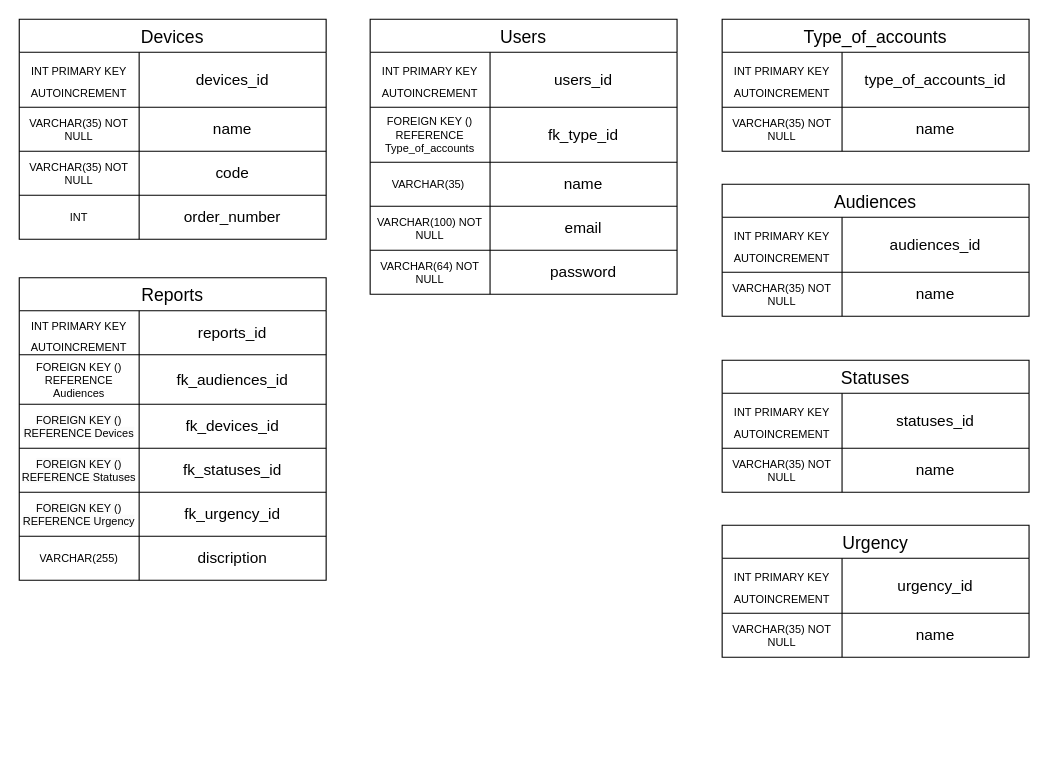
Above: db.drawio in Probe1st/sielom-reporter (draw.io), before the change. Source tidied: cells renumbered, new cells numbered last; positions are measured from the earlier drawing's top-left corner, leaving out a move shared by most shapes. Both pictures are drawn from the tidied source at 110%, with x=0, y=0 at pixel (19, 19).
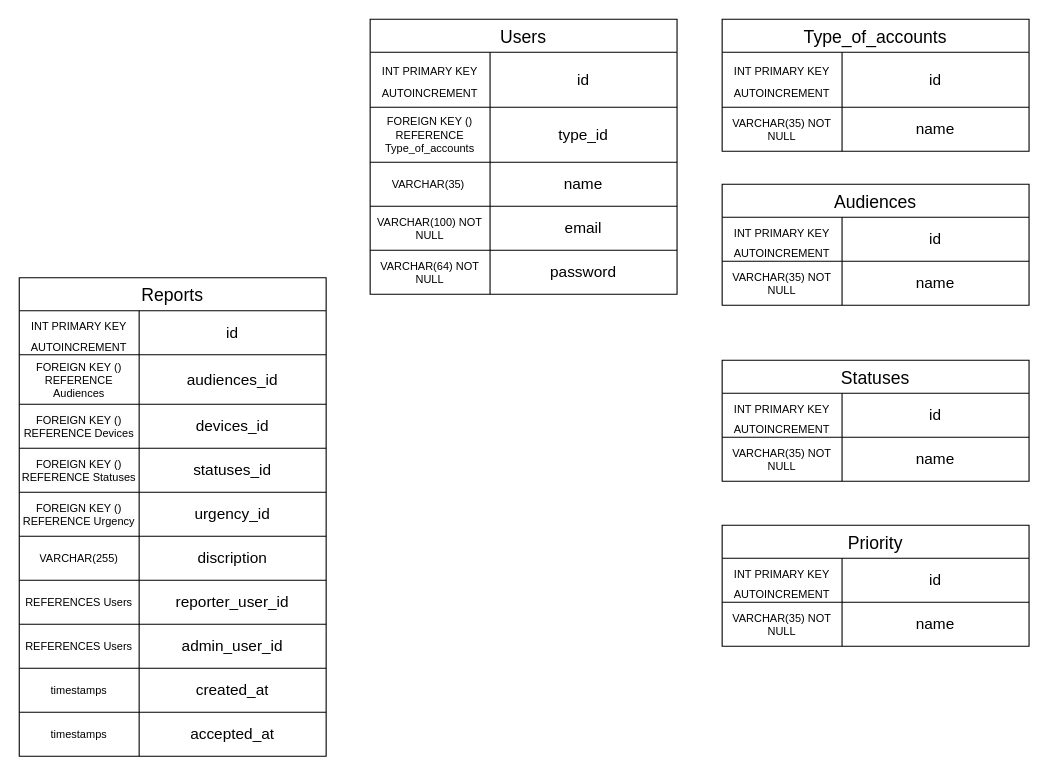
Above is the later version.

Unchanged cells that the change refers to:
```xml
<mxCell id="3" style="shape=tableRow;horizontal=0;startSize=0;swimlaneHead=0;swimlaneBody=0;strokeColor=inherit;top=0;left=0;bottom=0;right=0;fillColor=none;fontSize=16;" parent="2" vertex="1">
  <mxGeometry y="30" width="279" height="50" as="geometry" />
</mxCell>
<mxCell id="6" style="shape=tableRow;horizontal=0;startSize=0;swimlaneHead=0;swimlaneBody=0;strokeColor=inherit;top=0;left=0;bottom=0;right=0;fillColor=none;fontSize=16;" parent="2" vertex="1">
  <mxGeometry y="80" width="279" height="50" as="geometry" />
</mxCell>
<mxCell id="19" style="shape=tableRow;horizontal=0;startSize=0;swimlaneHead=0;swimlaneBody=0;strokeColor=inherit;top=0;left=0;bottom=0;right=0;fillColor=none;fontSize=16;" parent="18" vertex="1">
  <mxGeometry y="30" width="279" height="50" as="geometry" />
</mxCell>
<mxCell id="47" style="shape=tableRow;horizontal=0;startSize=0;swimlaneHead=0;swimlaneBody=0;strokeColor=inherit;top=0;left=0;bottom=0;right=0;fillColor=none;fontSize=16;" parent="46" vertex="1">
  <mxGeometry y="30" width="279" height="40" as="geometry" />
</mxCell>
<mxCell id="50" style="shape=tableRow;horizontal=0;startSize=0;swimlaneHead=0;swimlaneBody=0;strokeColor=inherit;top=0;left=0;bottom=0;right=0;fillColor=none;fontSize=16;" parent="46" vertex="1">
  <mxGeometry y="70" width="279" height="45" as="geometry" />
</mxCell>
<mxCell id="53" style="shape=tableRow;horizontal=0;startSize=0;swimlaneHead=0;swimlaneBody=0;strokeColor=inherit;top=0;left=0;bottom=0;right=0;fillColor=none;fontSize=16;" parent="46" vertex="1">
  <mxGeometry y="115" width="279" height="40" as="geometry" />
</mxCell>
<mxCell id="56" style="shape=tableRow;horizontal=0;startSize=0;swimlaneHead=0;swimlaneBody=0;strokeColor=inherit;top=0;left=0;bottom=0;right=0;fillColor=none;fontSize=16;" parent="46" vertex="1">
  <mxGeometry y="155" width="279" height="40" as="geometry" />
</mxCell>
<mxCell id="59" style="shape=tableRow;horizontal=0;startSize=0;swimlaneHead=0;swimlaneBody=0;strokeColor=inherit;top=0;left=0;bottom=0;right=0;fillColor=none;fontSize=16;" parent="46" vertex="1">
  <mxGeometry y="195" width="279" height="40" as="geometry" />
</mxCell>
```

Diff of the diagram source:
```diff
@@
-    <mxCell id="5" value="&lt;font style=&quot;font-size: 14px;&quot;&gt;users_id&lt;/font&gt;" style="shape=partialRectangle;html=1;whiteSpace=wrap;strokeColor=inherit;overflow=hidden;fillColor=none;top=0;left=0;bottom=0;right=0;fontSize=14;" parent="3" vertex="1">
+    <mxCell id="5" value="&lt;font style=&quot;font-size: 14px;&quot;&gt;id&lt;/font&gt;" style="shape=partialRectangle;html=1;whiteSpace=wrap;strokeColor=inherit;overflow=hidden;fillColor=none;top=0;left=0;bottom=0;right=0;fontSize=14;" parent="3" vertex="1">
       <mxGeometry x="109" width="170" height="50" as="geometry" />
     </mxCell>
@@
-    <mxCell id="8" value="fk_type_id" style="shape=partialRectangle;html=1;whiteSpace=wrap;strokeColor=inherit;overflow=hidden;fillColor=none;top=0;left=0;bottom=0;right=0;fontSize=14;" parent="6" vertex="1">
+    <mxCell id="8" value="type_id" style="shape=partialRectangle;html=1;whiteSpace=wrap;strokeColor=inherit;overflow=hidden;fillColor=none;top=0;left=0;bottom=0;right=0;fontSize=14;" parent="6" vertex="1">
       <mxGeometry x="109" width="170" height="50" as="geometry" />
     </mxCell>
@@
-    <mxCell id="21" value="&lt;font style=&quot;font-size: 14px;&quot;&gt;type_of_accounts_id&lt;/font&gt;" style="shape=partialRectangle;html=1;whiteSpace=wrap;strokeColor=inherit;overflow=hidden;fillColor=none;top=0;left=0;bottom=0;right=0;fontSize=14;" parent="19" vertex="1">
+    <mxCell id="21" value="&lt;font style=&quot;font-size: 14px;&quot;&gt;id&lt;/font&gt;" style="shape=partialRectangle;html=1;whiteSpace=wrap;strokeColor=inherit;overflow=hidden;fillColor=none;top=0;left=0;bottom=0;right=0;fontSize=14;" parent="19" vertex="1">
       <mxGeometry x="109" width="170" height="50" as="geometry" />
     </mxCell>
@@
     <mxCell id="25" value="Audiences" style="shape=table;startSize=30;childLayout=tableLayout;strokeColor=default;fontSize=16;" parent="1" vertex="1">
-      <mxGeometry x="639" y="150" width="279" height="120" as="geometry" />
+      <mxGeometry x="639" y="150" width="279" height="110" as="geometry" />
     </mxCell>
     <mxCell id="26" style="shape=tableRow;horizontal=0;startSize=0;swimlaneHead=0;swimlaneBody=0;strokeColor=inherit;top=0;left=0;bottom=0;right=0;fillColor=none;fontSize=16;" parent="25" vertex="1">
-      <mxGeometry y="30" width="279" height="50" as="geometry" />
+      <mxGeometry y="30" width="279" height="40" as="geometry" />
     </mxCell>
     <mxCell id="27" value="&lt;font style=&quot;font-size: 10px;&quot;&gt;INT PRIMARY KEY AUTOINCREMENT&lt;/font&gt;" style="shape=partialRectangle;html=1;whiteSpace=wrap;strokeColor=inherit;overflow=hidden;fillColor=none;top=0;left=0;bottom=0;right=0;fontSize=16;verticalAlign=middle;" parent="26" vertex="1">
-      <mxGeometry width="109" height="50" as="geometry" />
+      <mxGeometry width="109" height="40" as="geometry" />
     </mxCell>
-    <mxCell id="28" value="&lt;font style=&quot;font-size: 14px;&quot;&gt;audiences_id&lt;/font&gt;" style="shape=partialRectangle;html=1;whiteSpace=wrap;strokeColor=inherit;overflow=hidden;fillColor=none;top=0;left=0;bottom=0;right=0;fontSize=14;" parent="26" vertex="1">
-      <mxGeometry x="109" width="170" height="50" as="geometry" />
+    <mxCell id="28" value="&lt;font style=&quot;font-size: 14px;&quot;&gt;id&lt;/font&gt;" style="shape=partialRectangle;html=1;whiteSpace=wrap;strokeColor=inherit;overflow=hidden;fillColor=none;top=0;left=0;bottom=0;right=0;fontSize=14;" parent="26" vertex="1">
+      <mxGeometry x="109" width="170" height="40" as="geometry" />
     </mxCell>
     <mxCell id="29" style="shape=tableRow;horizontal=0;startSize=0;swimlaneHead=0;swimlaneBody=0;strokeColor=inherit;top=0;left=0;bottom=0;right=0;fillColor=none;fontSize=16;" parent="25" vertex="1">
-      <mxGeometry y="80" width="279" height="40" as="geometry" />
+      <mxGeometry y="70" width="279" height="40" as="geometry" />
     </mxCell>
@@
     <mxCell id="32" value="Statuses" style="shape=table;startSize=30;childLayout=tableLayout;strokeColor=default;fontSize=16;" parent="1" vertex="1">
-      <mxGeometry x="639" y="310" width="279" height="120" as="geometry" />
+      <mxGeometry x="639" y="310" width="279" height="110" as="geometry" />
     </mxCell>
     <mxCell id="33" style="shape=tableRow;horizontal=0;startSize=0;swimlaneHead=0;swimlaneBody=0;strokeColor=inherit;top=0;left=0;bottom=0;right=0;fillColor=none;fontSize=16;" parent="32" vertex="1">
-      <mxGeometry y="30" width="279" height="50" as="geometry" />
+      <mxGeometry y="30" width="279" height="40" as="geometry" />
     </mxCell>
     <mxCell id="34" value="&lt;font style=&quot;font-size: 10px;&quot;&gt;INT PRIMARY KEY AUTOINCREMENT&lt;/font&gt;" style="shape=partialRectangle;html=1;whiteSpace=wrap;strokeColor=inherit;overflow=hidden;fillColor=none;top=0;left=0;bottom=0;right=0;fontSize=16;verticalAlign=middle;" parent="33" vertex="1">
-      <mxGeometry width="109" height="50" as="geometry" />
+      <mxGeometry width="109" height="40" as="geometry" />
     </mxCell>
-    <mxCell id="35" value="&lt;font style=&quot;font-size: 14px;&quot;&gt;statuses_id&lt;/font&gt;" style="shape=partialRectangle;html=1;whiteSpace=wrap;strokeColor=inherit;overflow=hidden;fillColor=none;top=0;left=0;bottom=0;right=0;fontSize=14;" parent="33" vertex="1">
-      <mxGeometry x="109" width="170" height="50" as="geometry" />
+    <mxCell id="35" value="&lt;font style=&quot;font-size: 14px;&quot;&gt;id&lt;/font&gt;" style="shape=partialRectangle;html=1;whiteSpace=wrap;strokeColor=inherit;overflow=hidden;fillColor=none;top=0;left=0;bottom=0;right=0;fontSize=14;" parent="33" vertex="1">
+      <mxGeometry x="109" width="170" height="40" as="geometry" />
     </mxCell>
     <mxCell id="36" style="shape=tableRow;horizontal=0;startSize=0;swimlaneHead=0;swimlaneBody=0;strokeColor=inherit;top=0;left=0;bottom=0;right=0;fillColor=none;fontSize=16;" parent="32" vertex="1">
-      <mxGeometry y="80" width="279" height="40" as="geometry" />
+      <mxGeometry y="70" width="279" height="40" as="geometry" />
     </mxCell>
@@
-    <mxCell id="39" value="Urgency" style="shape=table;startSize=30;childLayout=tableLayout;strokeColor=default;fontSize=16;" parent="1" vertex="1">
-      <mxGeometry x="639" y="460" width="279" height="120" as="geometry" />
+    <mxCell id="39" value="Priority" style="shape=table;startSize=30;childLayout=tableLayout;strokeColor=default;fontSize=16;" parent="1" vertex="1">
+      <mxGeometry x="639" y="460" width="279" height="110" as="geometry" />
     </mxCell>
     <mxCell id="40" style="shape=tableRow;horizontal=0;startSize=0;swimlaneHead=0;swimlaneBody=0;strokeColor=inherit;top=0;left=0;bottom=0;right=0;fillColor=none;fontSize=16;" parent="39" vertex="1">
-      <mxGeometry y="30" width="279" height="50" as="geometry" />
+      <mxGeometry y="30" width="279" height="40" as="geometry" />
     </mxCell>
     <mxCell id="41" value="&lt;font style=&quot;font-size: 10px;&quot;&gt;INT PRIMARY KEY AUTOINCREMENT&lt;/font&gt;" style="shape=partialRectangle;html=1;whiteSpace=wrap;strokeColor=inherit;overflow=hidden;fillColor=none;top=0;left=0;bottom=0;right=0;fontSize=16;verticalAlign=middle;" parent="40" vertex="1">
-      <mxGeometry width="109" height="50" as="geometry" />
+      <mxGeometry width="109" height="40" as="geometry" />
     </mxCell>
-    <mxCell id="42" value="&lt;font style=&quot;font-size: 14px;&quot;&gt;urgency_id&lt;/font&gt;" style="shape=partialRectangle;html=1;whiteSpace=wrap;strokeColor=inherit;overflow=hidden;fillColor=none;top=0;left=0;bottom=0;right=0;fontSize=14;" parent="40" vertex="1">
-      <mxGeometry x="109" width="170" height="50" as="geometry" />
+    <mxCell id="42" value="&lt;font style=&quot;font-size: 14px;&quot;&gt;id&lt;/font&gt;" style="shape=partialRectangle;html=1;whiteSpace=wrap;strokeColor=inherit;overflow=hidden;fillColor=none;top=0;left=0;bottom=0;right=0;fontSize=14;" parent="40" vertex="1">
+      <mxGeometry x="109" width="170" height="40" as="geometry" />
     </mxCell>
     <mxCell id="43" style="shape=tableRow;horizontal=0;startSize=0;swimlaneHead=0;swimlaneBody=0;strokeColor=inherit;top=0;left=0;bottom=0;right=0;fillColor=none;fontSize=16;" parent="39" vertex="1">
-      <mxGeometry y="80" width="279" height="40" as="geometry" />
+      <mxGeometry y="70" width="279" height="40" as="geometry" />
     </mxCell>
@@
     <mxCell id="46" value="Reports" style="shape=table;startSize=30;childLayout=tableLayout;strokeColor=default;fontSize=16;" parent="1" vertex="1">
-      <mxGeometry y="235" width="279" height="275" as="geometry" />
+      <mxGeometry y="235" width="279" height="435" as="geometry" />
     </mxCell>
@@
-    <mxCell id="49" value="&lt;font style=&quot;font-size: 14px;&quot;&gt;reports_id&lt;/font&gt;" style="shape=partialRectangle;html=1;whiteSpace=wrap;strokeColor=inherit;overflow=hidden;fillColor=none;top=0;left=0;bottom=0;right=0;fontSize=14;" parent="47" vertex="1">
+    <mxCell id="49" value="&lt;font style=&quot;font-size: 14px;&quot;&gt;id&lt;/font&gt;" style="shape=partialRectangle;html=1;whiteSpace=wrap;strokeColor=inherit;overflow=hidden;fillColor=none;top=0;left=0;bottom=0;right=0;fontSize=14;" parent="47" vertex="1">
       <mxGeometry x="109" width="170" height="40" as="geometry" />
     </mxCell>
@@
-    <mxCell id="52" value="fk_audiences_id" style="shape=partialRectangle;html=1;whiteSpace=wrap;strokeColor=inherit;overflow=hidden;fillColor=none;top=0;left=0;bottom=0;right=0;fontSize=14;" parent="50" vertex="1">
+    <mxCell id="52" value="audiences_id" style="shape=partialRectangle;html=1;whiteSpace=wrap;strokeColor=inherit;overflow=hidden;fillColor=none;top=0;left=0;bottom=0;right=0;fontSize=14;" parent="50" vertex="1">
       <mxGeometry x="109" width="170" height="45" as="geometry" />
     </mxCell>
@@
-    <mxCell id="55" value="fk_devices_id" style="shape=partialRectangle;html=1;whiteSpace=wrap;strokeColor=inherit;overflow=hidden;fillColor=none;top=0;left=0;bottom=0;right=0;fontSize=14;" parent="53" vertex="1">
+    <mxCell id="55" value="devices_id" style="shape=partialRectangle;html=1;whiteSpace=wrap;strokeColor=inherit;overflow=hidden;fillColor=none;top=0;left=0;bottom=0;right=0;fontSize=14;" parent="53" vertex="1">
       <mxGeometry x="109" width="170" height="40" as="geometry" />
     </mxCell>
@@
-    <mxCell id="58" value="fk_statuses_id" style="shape=partialRectangle;html=1;whiteSpace=wrap;strokeColor=inherit;overflow=hidden;fillColor=none;top=0;left=0;bottom=0;right=0;fontSize=14;" parent="56" vertex="1">
+    <mxCell id="58" value="statuses_id" style="shape=partialRectangle;html=1;whiteSpace=wrap;strokeColor=inherit;overflow=hidden;fillColor=none;top=0;left=0;bottom=0;right=0;fontSize=14;" parent="56" vertex="1">
       <mxGeometry x="109" width="170" height="40" as="geometry" />
     </mxCell>
@@
-    <mxCell id="61" value="fk_urgency_id" style="shape=partialRectangle;html=1;whiteSpace=wrap;strokeColor=inherit;overflow=hidden;fillColor=none;top=0;left=0;bottom=0;right=0;fontSize=14;" parent="59" vertex="1">
+    <mxCell id="61" value="urgency_id" style="shape=partialRectangle;html=1;whiteSpace=wrap;strokeColor=inherit;overflow=hidden;fillColor=none;top=0;left=0;bottom=0;right=0;fontSize=14;" parent="59" vertex="1">
       <mxGeometry x="109" width="170" height="40" as="geometry" />
     </mxCell>
@@
-    <mxCell id="65" value="Devices" style="shape=table;startSize=30;childLayout=tableLayout;strokeColor=default;fontSize=16;" parent="1" vertex="1">
-      <mxGeometry width="279" height="200" as="geometry" />
-    </mxCell>
-    <mxCell id="66" style="shape=tableRow;horizontal=0;startSize=0;swimlaneHead=0;swimlaneBody=0;strokeColor=inherit;top=0;left=0;bottom=0;right=0;fillColor=none;fontSize=16;" parent="65" vertex="1">
-      <mxGeometry y="30" width="279" height="50" as="geometry" />
-    </mxCell>
-    <mxCell id="67" value="&lt;font style=&quot;font-size: 10px;&quot;&gt;INT PRIMARY KEY AUTOINCREMENT&lt;/font&gt;" style="shape=partialRectangle;html=1;whiteSpace=wrap;strokeColor=inherit;overflow=hidden;fillColor=none;top=0;left=0;bottom=0;right=0;fontSize=16;verticalAlign=middle;" parent="66" vertex="1">
-      <mxGeometry width="109" height="50" as="geometry" />
-    </mxCell>
-    <mxCell id="68" value="&lt;font style=&quot;font-size: 14px;&quot;&gt;devices_id&lt;/font&gt;" style="shape=partialRectangle;html=1;whiteSpace=wrap;strokeColor=inherit;overflow=hidden;fillColor=none;top=0;left=0;bottom=0;right=0;fontSize=14;" parent="66" vertex="1">
-      <mxGeometry x="109" width="170" height="50" as="geometry" />
-    </mxCell>
-    <mxCell id="69" style="shape=tableRow;horizontal=0;startSize=0;swimlaneHead=0;swimlaneBody=0;strokeColor=inherit;top=0;left=0;bottom=0;right=0;fillColor=none;fontSize=16;" parent="65" vertex="1">
-      <mxGeometry y="80" width="279" height="40" as="geometry" />
-    </mxCell>
-    <mxCell id="70" value="VARCHAR(35) NOT NULL" style="shape=partialRectangle;html=1;whiteSpace=wrap;strokeColor=inherit;overflow=hidden;fillColor=none;top=0;left=0;bottom=0;right=0;fontSize=10;" parent="69" vertex="1">
-      <mxGeometry width="109" height="40" as="geometry" />
-    </mxCell>
-    <mxCell id="71" value="name" style="shape=partialRectangle;html=1;whiteSpace=wrap;strokeColor=inherit;overflow=hidden;fillColor=none;top=0;left=0;bottom=0;right=0;fontSize=14;" parent="69" vertex="1">
-      <mxGeometry x="109" width="170" height="40" as="geometry" />
-    </mxCell>
-    <mxCell id="72" style="shape=tableRow;horizontal=0;startSize=0;swimlaneHead=0;swimlaneBody=0;strokeColor=inherit;top=0;left=0;bottom=0;right=0;fillColor=none;fontSize=16;" parent="65" vertex="1">
-      <mxGeometry y="120" width="279" height="40" as="geometry" />
-    </mxCell>
-    <mxCell id="73" value="VARCHAR(35) NOT NULL" style="shape=partialRectangle;html=1;whiteSpace=wrap;strokeColor=inherit;overflow=hidden;fillColor=none;top=0;left=0;bottom=0;right=0;fontSize=10;" parent="72" vertex="1">
-      <mxGeometry width="109" height="40" as="geometry" />
-    </mxCell>
-    <mxCell id="74" value="code" style="shape=partialRectangle;html=1;whiteSpace=wrap;strokeColor=inherit;overflow=hidden;fillColor=none;top=0;left=0;bottom=0;right=0;fontSize=14;" parent="72" vertex="1">
-      <mxGeometry x="109" width="170" height="40" as="geometry" />
-    </mxCell>
-    <mxCell id="75" style="shape=tableRow;horizontal=0;startSize=0;swimlaneHead=0;swimlaneBody=0;strokeColor=inherit;top=0;left=0;bottom=0;right=0;fillColor=none;fontSize=16;" parent="65" vertex="1">
-      <mxGeometry y="160" width="279" height="40" as="geometry" />
-    </mxCell>
-    <mxCell id="76" value="INT" style="shape=partialRectangle;html=1;whiteSpace=wrap;strokeColor=inherit;overflow=hidden;fillColor=none;top=0;left=0;bottom=0;right=0;fontSize=10;" parent="75" vertex="1">
-      <mxGeometry width="109" height="40" as="geometry" />
-    </mxCell>
-    <mxCell id="77" value="order_number" style="shape=partialRectangle;html=1;whiteSpace=wrap;strokeColor=inherit;overflow=hidden;fillColor=none;top=0;left=0;bottom=0;right=0;fontSize=14;" parent="75" vertex="1">
-      <mxGeometry x="109" width="170" height="40" as="geometry" />
-    </mxCell>
+    <mxCell id="78" style="shape=tableRow;horizontal=0;startSize=0;swimlaneHead=0;swimlaneBody=0;strokeColor=inherit;top=0;left=0;bottom=0;right=0;fillColor=none;fontSize=16;" parent="46" vertex="1">
+      <mxGeometry y="275" width="279" height="40" as="geometry" />
+    </mxCell>
+    <mxCell id="79" value="REFERENCES Users" style="shape=partialRectangle;html=1;whiteSpace=wrap;strokeColor=inherit;overflow=hidden;fillColor=none;top=0;left=0;bottom=0;right=0;fontSize=10;" parent="78" vertex="1">
+      <mxGeometry width="109" height="40" as="geometry" />
+    </mxCell>
+    <mxCell id="80" value="reporter_user_id" style="shape=partialRectangle;html=1;whiteSpace=wrap;strokeColor=inherit;overflow=hidden;fillColor=none;top=0;left=0;bottom=0;right=0;fontSize=14;" parent="78" vertex="1">
+      <mxGeometry x="109" width="170" height="40" as="geometry" />
+    </mxCell>
+    <mxCell id="81" style="shape=tableRow;horizontal=0;startSize=0;swimlaneHead=0;swimlaneBody=0;strokeColor=inherit;top=0;left=0;bottom=0;right=0;fillColor=none;fontSize=16;" parent="46" vertex="1">
+      <mxGeometry y="315" width="279" height="40" as="geometry" />
+    </mxCell>
+    <mxCell id="82" value="REFERENCES Users" style="shape=partialRectangle;html=1;whiteSpace=wrap;strokeColor=inherit;overflow=hidden;fillColor=none;top=0;left=0;bottom=0;right=0;fontSize=10;" parent="81" vertex="1">
+      <mxGeometry width="109" height="40" as="geometry" />
+    </mxCell>
+    <mxCell id="83" value="admin_user_id" style="shape=partialRectangle;html=1;whiteSpace=wrap;strokeColor=inherit;overflow=hidden;fillColor=none;top=0;left=0;bottom=0;right=0;fontSize=14;" parent="81" vertex="1">
+      <mxGeometry x="109" width="170" height="40" as="geometry" />
+    </mxCell>
+    <mxCell id="84" style="shape=tableRow;horizontal=0;startSize=0;swimlaneHead=0;swimlaneBody=0;strokeColor=inherit;top=0;left=0;bottom=0;right=0;fillColor=none;fontSize=16;" parent="46" vertex="1">
+      <mxGeometry y="355" width="279" height="40" as="geometry" />
+    </mxCell>
+    <mxCell id="85" value="timestamps" style="shape=partialRectangle;html=1;whiteSpace=wrap;strokeColor=inherit;overflow=hidden;fillColor=none;top=0;left=0;bottom=0;right=0;fontSize=10;" parent="84" vertex="1">
+      <mxGeometry width="109" height="40" as="geometry" />
+    </mxCell>
+    <mxCell id="86" value="created_at" style="shape=partialRectangle;html=1;whiteSpace=wrap;strokeColor=inherit;overflow=hidden;fillColor=none;top=0;left=0;bottom=0;right=0;fontSize=14;" parent="84" vertex="1">
+      <mxGeometry x="109" width="170" height="40" as="geometry" />
+    </mxCell>
+    <mxCell id="87" style="shape=tableRow;horizontal=0;startSize=0;swimlaneHead=0;swimlaneBody=0;strokeColor=inherit;top=0;left=0;bottom=0;right=0;fillColor=none;fontSize=16;" parent="46" vertex="1">
+      <mxGeometry y="395" width="279" height="40" as="geometry" />
+    </mxCell>
+    <mxCell id="88" value="timestamps" style="shape=partialRectangle;html=1;whiteSpace=wrap;strokeColor=inherit;overflow=hidden;fillColor=none;top=0;left=0;bottom=0;right=0;fontSize=10;" parent="87" vertex="1">
+      <mxGeometry width="109" height="40" as="geometry" />
+    </mxCell>
+    <mxCell id="89" value="accepted_at" style="shape=partialRectangle;html=1;whiteSpace=wrap;strokeColor=inherit;overflow=hidden;fillColor=none;top=0;left=0;bottom=0;right=0;fontSize=14;" parent="87" vertex="1">
+      <mxGeometry x="109" width="170" height="40" as="geometry" />
+    </mxCell>
```
